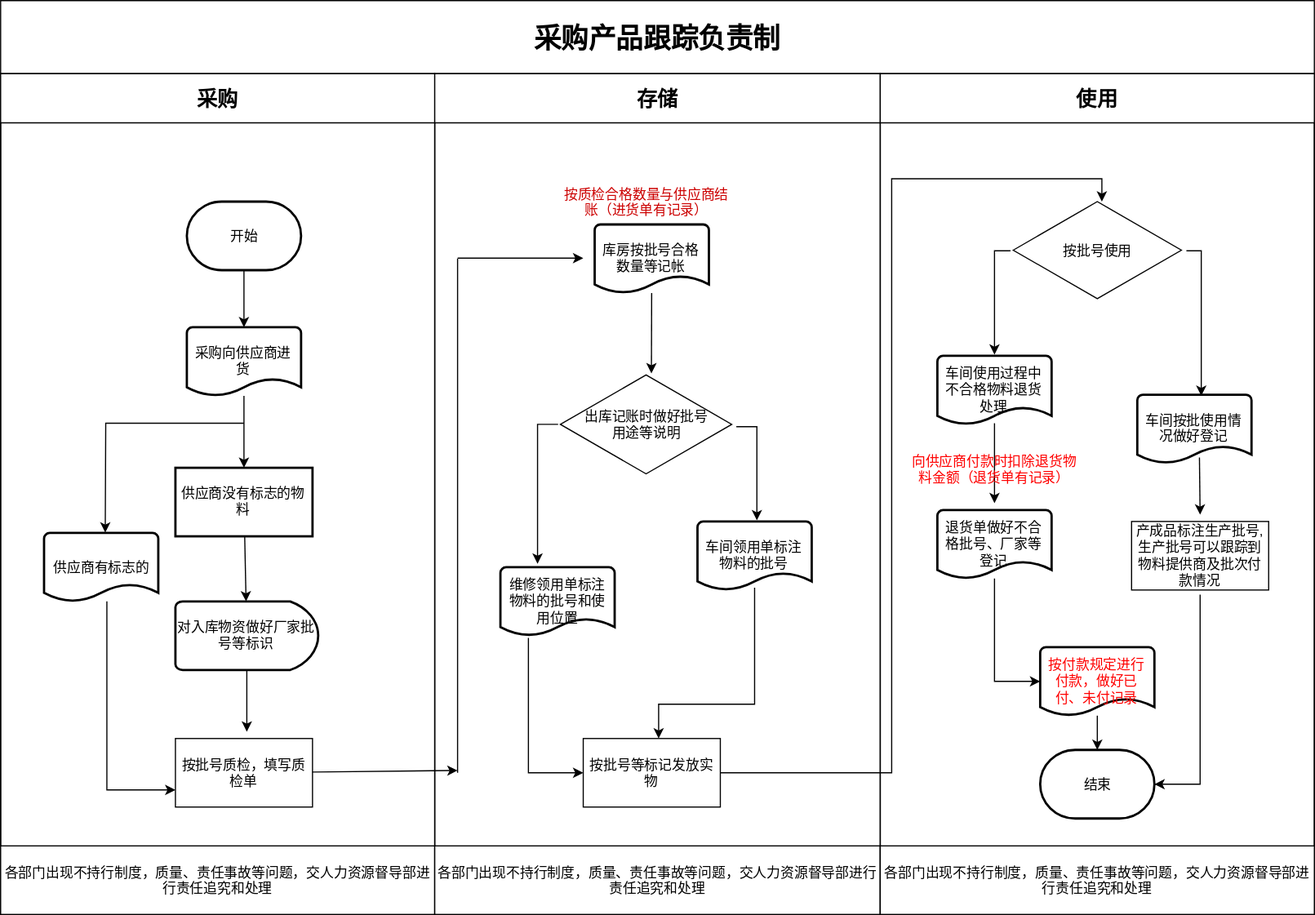
cnkanglong/OnelineOffice keeps this draw.io diagram as 采购产品跟踪负责制(通用).svg. Above is the earlier version. Source tidied: cells renumbered, new cells last; positions are measured from the earlier drawing's top-left corner, leaving out a move shared by most shapes. Source of this version:
```xml
<mxGraphModel background="#ffffff">
  <root>
    <mxCell id="0" />
    <mxCell id="1" parent="0" />
    <mxCell id="2" value="&lt;font style=&quot;font-size: 24px&quot;&gt;采购产品跟踪负责制&lt;br&gt;&lt;/font&gt;" style="swimlane;html=1;startSize=64;" parent="1" vertex="1">
      <mxGeometry width="1150" height="800" as="geometry" />
    </mxCell>
    <mxCell id="3" style="edgeStyle=none;rounded=0;html=1;jettySize=auto;" parent="2" edge="1" source="24">
      <mxGeometry relative="1" as="geometry">
        <mxPoint x="964" y="176" as="targetPoint" />
        <Array as="points">
          <mxPoint x="780" y="676" />
          <mxPoint x="780" y="156" />
          <mxPoint x="964" y="156" />
        </Array>
      </mxGeometry>
    </mxCell>
    <mxCell id="4" value="&lt;font style=&quot;font-size: 18px&quot;&gt;采购&lt;/font&gt;" style="swimlane;html=1;startSize=43;" parent="2" vertex="1">
      <mxGeometry y="64" width="380" height="736" as="geometry" />
    </mxCell>
    <mxCell id="5" style="edgeStyle=orthogonalEdgeStyle;rounded=0;html=1;exitX=0.5;exitY=1;exitPerimeter=0;jettySize=auto;" parent="4" edge="1" source="6" target="8">
      <mxGeometry relative="1" as="geometry" />
    </mxCell>
    <mxCell id="6" value="开始" style="strokeWidth=2;html=1;shape=mxgraph.flowchart.terminator;whiteSpace=wrap;" parent="4" vertex="1">
      <mxGeometry x="163" y="112" width="100" height="60" as="geometry" />
    </mxCell>
    <mxCell id="7" style="edgeStyle=orthogonalEdgeStyle;rounded=0;html=1;entryX=0.49;entryY=0;entryPerimeter=0;jettySize=auto;orthogonalLoop=1;" parent="4" edge="1">
      <mxGeometry relative="1" as="geometry">
        <mxPoint x="213" y="306" as="sourcePoint" />
        <mxPoint x="91.6" y="401.7" as="targetPoint" />
      </mxGeometry>
    </mxCell>
    <mxCell id="8" value="采购向供应商进货" style="strokeWidth=2;html=1;shape=mxgraph.flowchart.document2;whiteSpace=wrap;size=0.25;" parent="4" vertex="1">
      <mxGeometry x="163" y="222" width="100" height="60" as="geometry" />
    </mxCell>
    <mxCell id="9" style="edgeStyle=none;rounded=0;html=1;jettySize=auto;" parent="4" edge="1" source="10" target="11">
      <mxGeometry relative="1" as="geometry" />
    </mxCell>
    <mxCell id="10" value="&lt;div&gt;供应商没有标志的物料&lt;br&gt;&lt;/div&gt;" style="rounded=0;whiteSpace=wrap;html=1;fontFamily=Helvetica;fontSize=12;fontColor=#000000;align=center;strokeColor=#000000;strokeWidth=2;fillColor=#ffffff;" parent="4" vertex="1">
      <mxGeometry x="153" y="345" width="120" height="60" as="geometry" />
    </mxCell>
    <mxCell id="11" value="对入库物资做好厂家批号等标识" style="strokeWidth=2;html=1;shape=mxgraph.flowchart.delay;whiteSpace=wrap;" parent="4" vertex="1">
      <mxGeometry x="153" y="462" width="125" height="60" as="geometry" />
    </mxCell>
    <mxCell id="12" value="按批号质检，填写质检单" style="rounded=0;whiteSpace=wrap;html=1;" parent="4" vertex="1">
      <mxGeometry x="153" y="582" width="120" height="60" as="geometry" />
    </mxCell>
    <mxCell id="13" style="edgeStyle=none;rounded=0;html=1;jettySize=auto;" parent="4" edge="1" source="8" target="10">
      <mxGeometry relative="1" as="geometry" />
    </mxCell>
    <mxCell id="14" style="edgeStyle=orthogonalEdgeStyle;rounded=0;html=1;entryX=0;entryY=0.75;jettySize=auto;" parent="4" edge="1" target="12">
      <mxGeometry relative="1" as="geometry">
        <mxPoint x="93" y="462" as="sourcePoint" />
        <Array as="points">
          <mxPoint x="93" y="627" />
        </Array>
      </mxGeometry>
    </mxCell>
    <mxCell id="15" value="供应商有标志的" style="strokeWidth=2;html=1;shape=mxgraph.flowchart.document2;whiteSpace=wrap;size=0.25;" parent="4" vertex="1">
      <mxGeometry x="38" y="402" width="100" height="60" as="geometry" />
    </mxCell>
    <mxCell id="16" value="各部门出现不持行制度，质量、责任事故等问题，交人力资源督导部进行责任追究和处理" style="rounded=0;whiteSpace=wrap;html=1;" parent="4" vertex="1">
      <mxGeometry y="676" width="380" height="60" as="geometry" />
    </mxCell>
    <mxCell id="17" value="&lt;font style=&quot;font-size: 18px&quot;&gt;存储&lt;/font&gt;" style="swimlane;html=1;startSize=43;" parent="2" vertex="1">
      <mxGeometry x="380" y="64" width="390" height="736" as="geometry" />
    </mxCell>
    <mxCell id="18" value="库房按批号合格数量等记帐" style="strokeWidth=2;html=1;shape=mxgraph.flowchart.document2;whiteSpace=wrap;size=0.25;" parent="17" vertex="1">
      <mxGeometry x="140" y="132" width="100" height="60" as="geometry" />
    </mxCell>
    <mxCell id="19" value="&lt;div&gt;&lt;font color=&quot;#CC0000&quot;&gt;按质检合格数量与供应商结账（进货单有记录）&lt;br&gt;&lt;/font&gt;&lt;/div&gt;" style="text;html=1;strokeColor=none;fillColor=none;align=center;verticalAlign=middle;whiteSpace=wrap;rounded=0;shadow=0;" parent="17" vertex="1">
      <mxGeometry x="107.5" y="102" width="155" height="20" as="geometry" />
    </mxCell>
    <mxCell id="20" style="edgeStyle=none;rounded=0;html=1;entryX=0.55;entryY=0;entryPerimeter=0;jettySize=auto;" parent="17" edge="1" target="24">
      <mxGeometry relative="1" as="geometry">
        <mxPoint x="280" y="450" as="sourcePoint" />
        <Array as="points">
          <mxPoint x="280" y="552" />
          <mxPoint x="196" y="552" />
        </Array>
      </mxGeometry>
    </mxCell>
    <mxCell id="21" value="车间领用单标注物料的批号" style="strokeWidth=2;html=1;shape=mxgraph.flowchart.document2;whiteSpace=wrap;size=0.25;shadow=0;fillColor=#FFFFFF;" parent="17" vertex="1">
      <mxGeometry x="230" y="392" width="100" height="60" as="geometry" />
    </mxCell>
    <mxCell id="22" style="edgeStyle=none;rounded=0;html=1;entryX=0;entryY=0.5;jettySize=auto;exitX=0.249;exitY=1.033;exitPerimeter=0;" parent="17" edge="1" source="23" target="24">
      <mxGeometry relative="1" as="geometry">
        <Array as="points">
          <mxPoint x="82" y="612" />
        </Array>
      </mxGeometry>
    </mxCell>
    <mxCell id="23" value="维修领用单标注物料的批号和使用位置" style="strokeWidth=2;html=1;shape=mxgraph.flowchart.document2;whiteSpace=wrap;size=0.25;shadow=0;fillColor=#FFFFFF;" parent="17" vertex="1">
      <mxGeometry x="57.5" y="432" width="100" height="60" as="geometry" />
    </mxCell>
    <mxCell id="24" value="按批号等标记发放实物" style="rounded=0;whiteSpace=wrap;html=1;shadow=0;strokeColor=#000000;fillColor=#FFFFFF;" parent="17" vertex="1">
      <mxGeometry x="130" y="582" width="120" height="60" as="geometry" />
    </mxCell>
    <mxCell id="25" style="endArrow=none;html=1;" parent="17" edge="1">
      <mxGeometry relative="1" as="geometry">
        <mxPoint x="20" y="612" as="sourcePoint" />
        <mxPoint x="20" y="162" as="targetPoint" />
      </mxGeometry>
    </mxCell>
    <mxCell id="26" style="endArrow=classic;html=1;" parent="17" edge="1">
      <mxGeometry relative="1" as="geometry">
        <mxPoint x="20" y="161.5" as="sourcePoint" />
        <mxPoint x="130" y="161.5" as="targetPoint" />
      </mxGeometry>
    </mxCell>
    <mxCell id="27" style="edgeStyle=none;rounded=0;html=1;jettySize=auto;entryX=0.5;entryY=0;" parent="17" edge="1" source="18">
      <mxGeometry relative="1" as="geometry">
        <mxPoint x="189.7" y="262.3" as="targetPoint" />
      </mxGeometry>
    </mxCell>
    <mxCell id="28" style="edgeStyle=none;rounded=0;html=1;jettySize=auto;orthogonalLoop=1;" parent="17" edge="1">
      <mxGeometry relative="1" as="geometry">
        <mxPoint x="108" y="307" as="sourcePoint" />
        <mxPoint x="90" y="429" as="targetPoint" />
        <Array as="points">
          <mxPoint x="90" y="307" />
        </Array>
      </mxGeometry>
    </mxCell>
    <mxCell id="29" style="edgeStyle=none;rounded=0;html=1;jettySize=auto;exitX=1.027;exitY=0.524;exitPerimeter=0;" parent="17" edge="1" source="30">
      <mxGeometry relative="1" as="geometry">
        <mxPoint x="282" y="391" as="targetPoint" />
        <Array as="points">
          <mxPoint x="282" y="309" />
        </Array>
      </mxGeometry>
    </mxCell>
    <mxCell id="30" value="&lt;div&gt;出库记账时做好批号&lt;/div&gt;&lt;div&gt;用途等说明&lt;br&gt;&lt;/div&gt;" style="html=1;whiteSpace=wrap;shape=isoRectangle;shadow=0;strokeColor=#000000;fillColor=#FFFFFF;" parent="17" vertex="1">
      <mxGeometry x="110" y="262" width="150" height="90" as="geometry" />
    </mxCell>
    <mxCell id="31" value="各部门出现不持行制度，质量、责任事故等问题，交人力资源督导部进行责任追究和处理" style="rounded=0;whiteSpace=wrap;html=1;" parent="17" vertex="1">
      <mxGeometry y="676" width="390" height="60" as="geometry" />
    </mxCell>
    <mxCell id="32" value="&lt;font style=&quot;font-size: 18px&quot;&gt;使用&lt;/font&gt;" style="swimlane;html=1;startSize=43;" parent="2" vertex="1">
      <mxGeometry x="770" y="64" width="380" height="736" as="geometry" />
    </mxCell>
    <mxCell id="33" value="结束" style="strokeWidth=2;html=1;shape=mxgraph.flowchart.terminator;whiteSpace=wrap;" parent="32" vertex="1">
      <mxGeometry x="140" y="592" width="100" height="60" as="geometry" />
    </mxCell>
    <mxCell id="34" style="edgeStyle=none;rounded=0;html=1;jettySize=auto;orthogonalLoop=1;" parent="32" edge="1">
      <mxGeometry relative="1" as="geometry">
        <mxPoint x="279.4" y="336" as="sourcePoint" />
        <mxPoint x="280" y="386" as="targetPoint" />
      </mxGeometry>
    </mxCell>
    <mxCell id="35" value="车间按批使用情况做好登记" style="strokeWidth=2;html=1;shape=mxgraph.flowchart.document2;whiteSpace=wrap;size=0.25;shadow=0;fillColor=#FFFFFF;" parent="32" vertex="1">
      <mxGeometry x="225" y="281" width="100" height="60" as="geometry" />
    </mxCell>
    <mxCell id="36" style="edgeStyle=none;rounded=0;html=1;jettySize=auto;exitX=0.053;exitY=0.504;exitPerimeter=0;" parent="32" edge="1" source="38">
      <mxGeometry relative="1" as="geometry">
        <mxPoint x="100" y="246" as="targetPoint" />
        <Array as="points">
          <mxPoint x="100" y="155" />
        </Array>
      </mxGeometry>
    </mxCell>
    <mxCell id="37" style="edgeStyle=none;rounded=0;html=1;entryX=0.562;entryY=0.01;entryPerimeter=0;jettySize=auto;exitX=0.961;exitY=0.504;exitPerimeter=0;" parent="32" edge="1" source="38" target="35">
      <mxGeometry relative="1" as="geometry">
        <Array as="points">
          <mxPoint x="281" y="155" />
        </Array>
      </mxGeometry>
    </mxCell>
    <mxCell id="38" value="按批号使用" style="html=1;whiteSpace=wrap;shape=isoRectangle;shadow=0;fontFamily=Helvetica;fontSize=12;fontColor=#000000;align=center;strokeColor=#000000;fillColor=#FFFFFF;" parent="32" vertex="1">
      <mxGeometry x="105" y="112" width="170" height="85" as="geometry" />
    </mxCell>
    <mxCell id="39" value="车间使用过程中不合格物料退货处理" style="strokeWidth=2;html=1;shape=mxgraph.flowchart.document2;whiteSpace=wrap;size=0.25;shadow=0;fillColor=#FFFFFF;" parent="32" vertex="1">
      <mxGeometry x="50" y="247" width="100" height="60" as="geometry" />
    </mxCell>
    <mxCell id="40" style="edgeStyle=none;rounded=0;html=1;jettySize=auto;" parent="32" edge="1" source="41" target="33">
      <mxGeometry relative="1" as="geometry" />
    </mxCell>
    <mxCell id="41" value="&lt;font color=&quot;#FF0000&quot;&gt;按付款规定进行付款，做好已付、未付记录&lt;br&gt;&lt;/font&gt;" style="strokeWidth=2;html=1;shape=mxgraph.flowchart.document2;whiteSpace=wrap;size=0.25;shadow=0;fillColor=#FFFFFF;" parent="32" vertex="1">
      <mxGeometry x="140" y="502" width="100" height="60" as="geometry" />
    </mxCell>
    <mxCell id="42" value="&lt;div&gt;退货单做好不合格批号、厂家等登记 &lt;br&gt;&lt;/div&gt;" style="strokeWidth=2;html=1;shape=mxgraph.flowchart.document2;whiteSpace=wrap;size=0.25;shadow=0;fillColor=#FFFFFF;" parent="32" vertex="1">
      <mxGeometry x="50" y="382" width="100" height="60" as="geometry" />
    </mxCell>
    <mxCell id="43" style="edgeStyle=none;rounded=0;html=1;jettySize=auto;orthogonalLoop=1;" parent="32" edge="1">
      <mxGeometry relative="1" as="geometry">
        <mxPoint x="100" y="306" as="sourcePoint" />
        <mxPoint x="100" y="376" as="targetPoint" />
      </mxGeometry>
    </mxCell>
    <mxCell id="44" value="&lt;font color=&quot;#FF0000&quot;&gt;向供应商付款时扣除退货物料金额（退货单有记录）&lt;br&gt;&lt;/font&gt;" style="text;html=1;strokeColor=none;fillColor=none;align=center;verticalAlign=middle;whiteSpace=wrap;rounded=0;shadow=0;" parent="32" vertex="1">
      <mxGeometry x="25" y="336" width="150" height="20" as="geometry" />
    </mxCell>
    <mxCell id="45" style="edgeStyle=none;rounded=0;html=1;entryX=1;entryY=0.5;entryPerimeter=0;jettySize=auto;" parent="32" edge="1" target="33">
      <mxGeometry relative="1" as="geometry">
        <mxPoint x="280" y="456" as="sourcePoint" />
        <Array as="points">
          <mxPoint x="280" y="622" />
          <mxPoint x="240" y="622" />
        </Array>
      </mxGeometry>
    </mxCell>
    <mxCell id="46" value="产成品标注生产批号,生产批号可以跟踪到物料提供商及批次付款情况" style="rounded=0;whiteSpace=wrap;html=1;" parent="32" vertex="1">
      <mxGeometry x="220" y="392" width="120" height="60" as="geometry" />
    </mxCell>
    <mxCell id="47" style="edgeStyle=none;rounded=0;html=1;jettySize=auto;entryX=0;entryY=0.5;entryPerimeter=0;" parent="32" edge="1" target="41">
      <mxGeometry relative="1" as="geometry">
        <mxPoint x="100" y="442" as="sourcePoint" />
        <Array as="points">
          <mxPoint x="100" y="532" />
        </Array>
      </mxGeometry>
    </mxCell>
    <mxCell id="48" value="各部门出现不持行制度，质量、责任事故等问题，交人力资源督导部进行责任追究和处理" style="rounded=0;whiteSpace=wrap;html=1;" parent="32" vertex="1">
      <mxGeometry y="676" width="380" height="60" as="geometry" />
    </mxCell>
    <mxCell id="49" style="rounded=0;html=1;jettySize=auto;" parent="1" edge="1" source="12">
      <mxGeometry relative="1" as="geometry">
        <mxPoint x="400" y="674" as="targetPoint" />
      </mxGeometry>
    </mxCell>
    <mxCell id="50" style="edgeStyle=orthogonalEdgeStyle;rounded=0;html=1;jettySize=auto;" parent="1" edge="1" source="11">
      <mxGeometry relative="1" as="geometry">
        <mxPoint x="215.5" y="640" as="targetPoint" />
      </mxGeometry>
    </mxCell>
  </root>
</mxGraphModel>
```
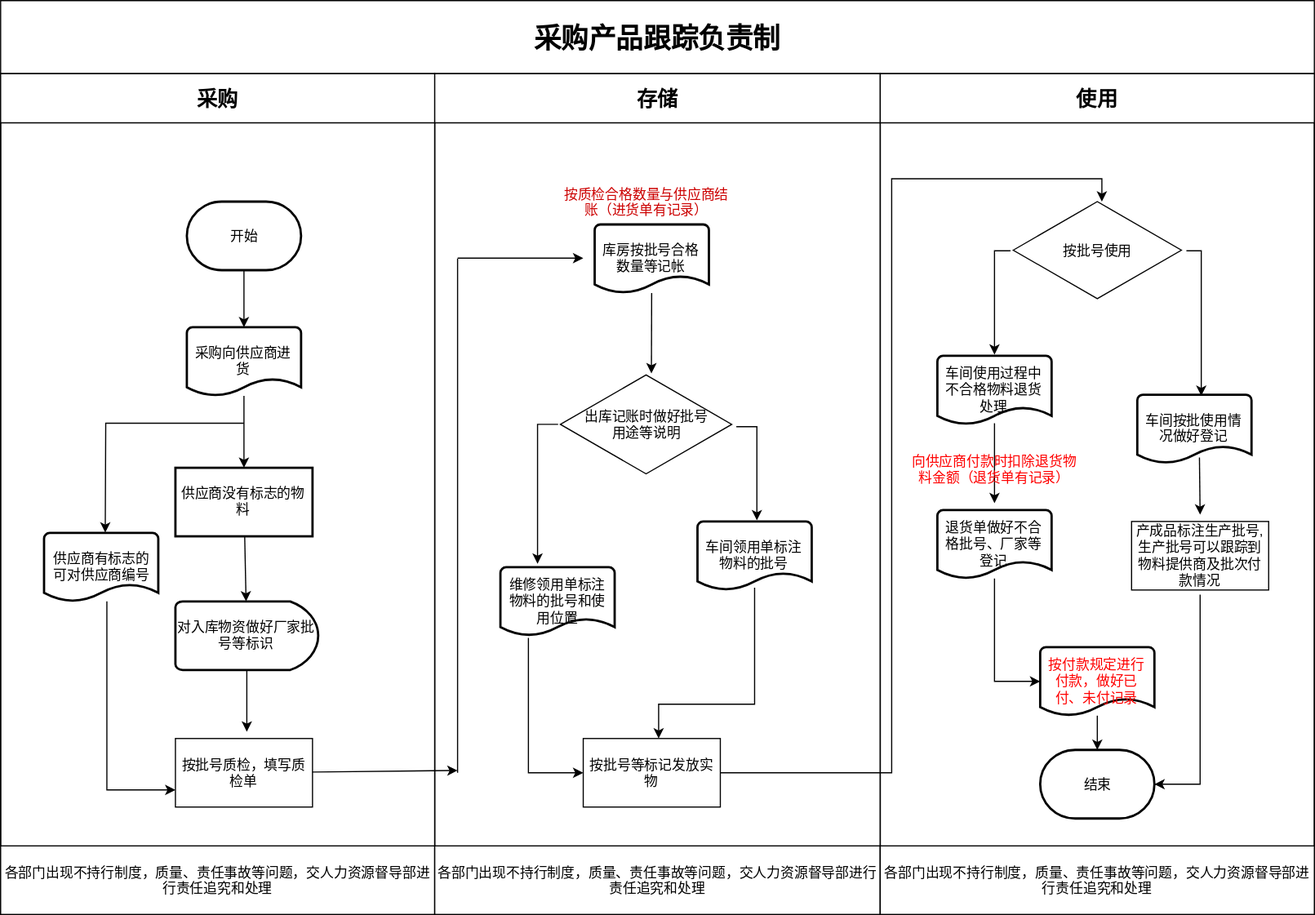
Above is the later version.

Commit message:
Update 采购产品跟踪负责制(通用).svg

The edit, as a diff of the source:
```diff
@@ -56,7 +56,7 @@
         </Array>
       </mxGeometry>
     </mxCell>
-    <mxCell id="15" value="供应商有标志的" style="strokeWidth=2;html=1;shape=mxgraph.flowchart.document2;whiteSpace=wrap;size=0.25;" parent="4" vertex="1">
+    <mxCell id="15" value="&lt;div&gt;供应商有标志的&lt;/div&gt;&lt;div&gt;可对供应商编号&lt;br&gt;&lt;/div&gt;" style="strokeWidth=2;html=1;shape=mxgraph.flowchart.document2;whiteSpace=wrap;size=0.25;" parent="4" vertex="1">
       <mxGeometry x="38" y="402" width="100" height="60" as="geometry" />
     </mxCell>
     <mxCell id="16" value="各部门出现不持行制度，质量、责任事故等问题，交人力资源督导部进行责任追究和处理" style="rounded=0;whiteSpace=wrap;html=1;" parent="4" vertex="1">
```
